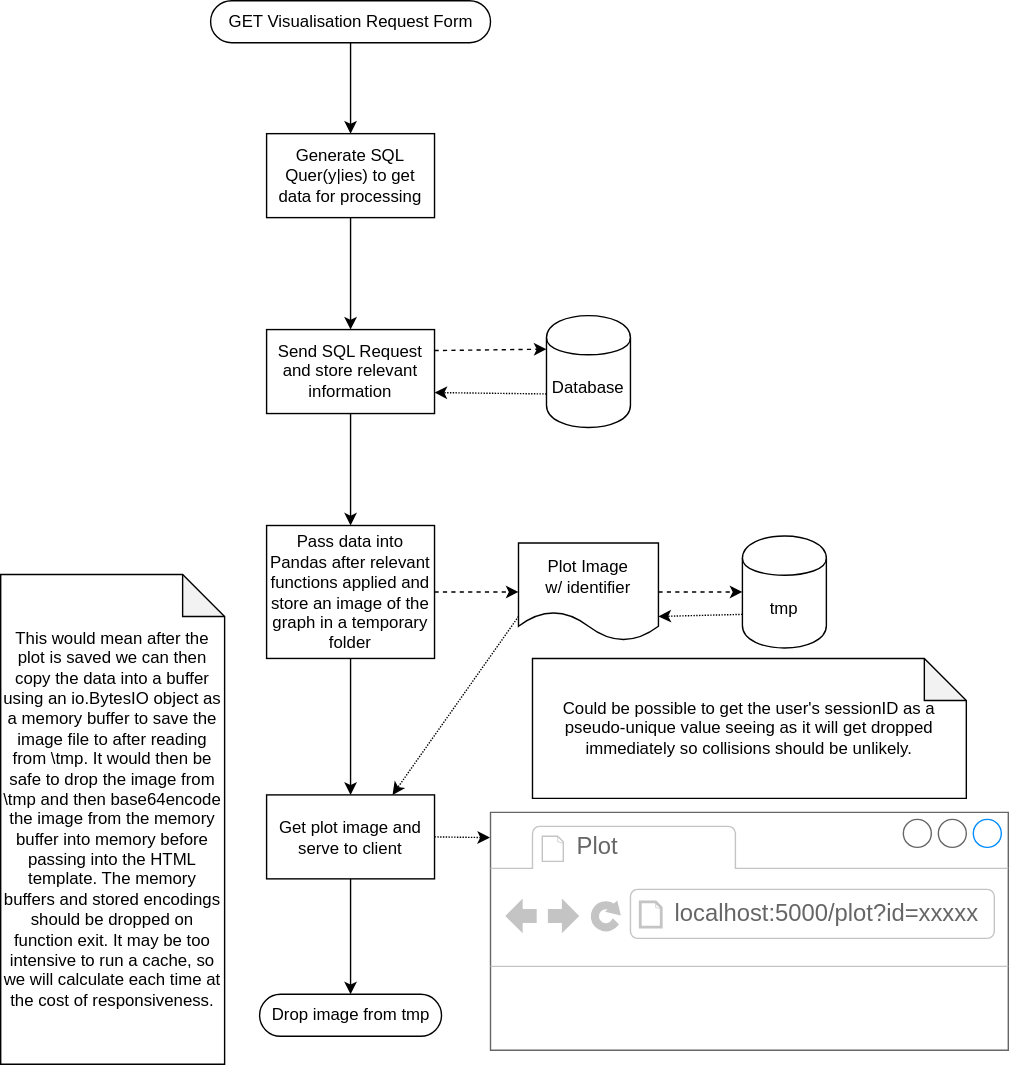
The draw.io diagram serve_visualisations_diagram.drawio.svg in abstralexis/ALevelDataScience, before a commit. Source tidied: cells renumbered, new cells last; positions are measured from the earlier drawing's top-left corner, leaving out a move shared by most shapes.
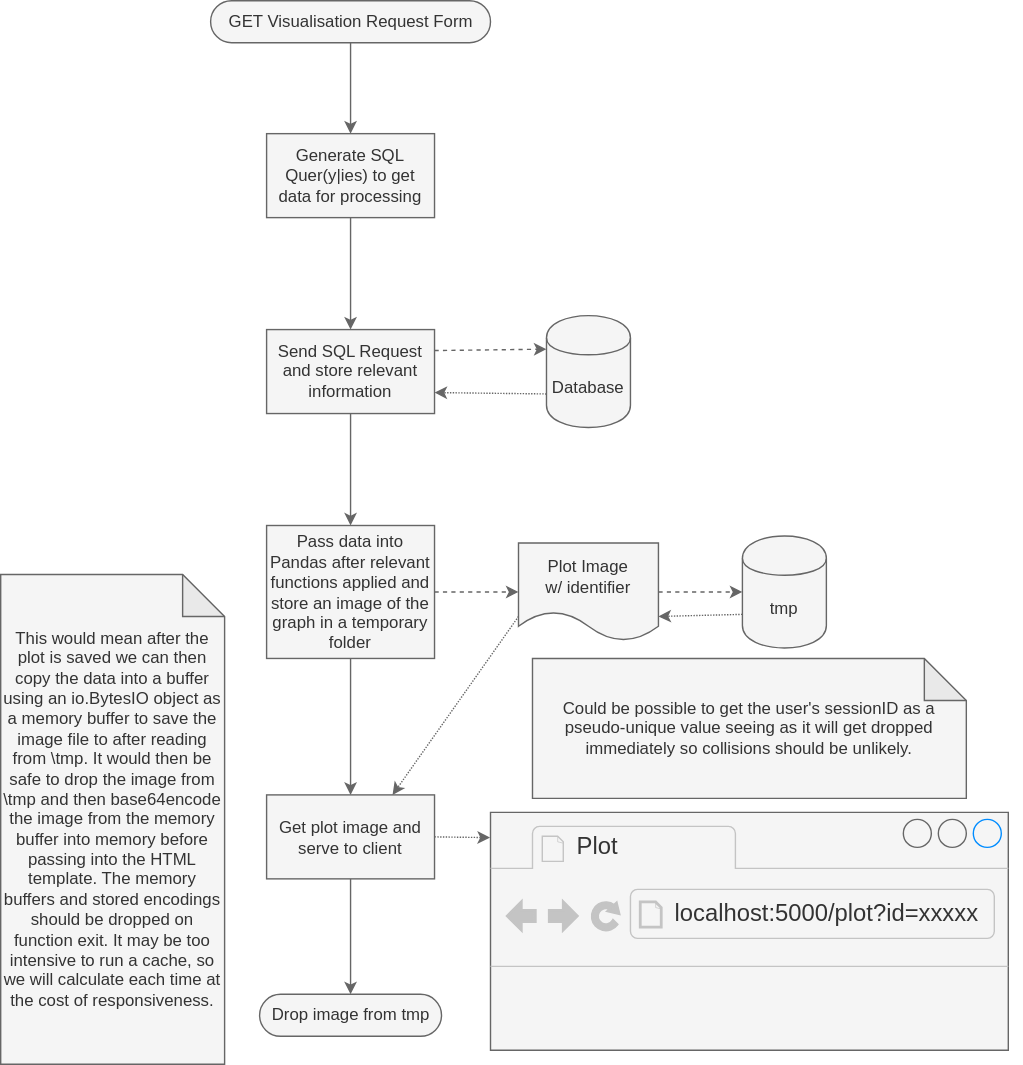
After the commit.

The edit, as a diff of the source:
```diff
@@ -2,82 +2,82 @@
   <root>
     <mxCell id="0" />
     <mxCell id="1" parent="0" />
-    <mxCell id="2" style="edgeStyle=none;html=1;" parent="1" edge="1" source="3" target="5">
+    <mxCell id="2" style="edgeStyle=none;html=1;fillColor=#f5f5f5;strokeColor=#666666;" parent="1" edge="1" source="3" target="5">
       <mxGeometry relative="1" as="geometry" />
     </mxCell>
-    <mxCell id="3" value="GET Visualisation Request Form" style="html=1;dashed=0;whitespace=wrap;shape=mxgraph.dfd.start;" parent="1" vertex="1">
+    <mxCell id="3" value="GET Visualisation Request Form" style="html=1;dashed=0;whitespace=wrap;shape=mxgraph.dfd.start;fillColor=#f5f5f5;fontColor=#333333;strokeColor=#666666;" parent="1" vertex="1">
       <mxGeometry x="150" width="200" height="30" as="geometry" />
     </mxCell>
-    <mxCell id="4" style="edgeStyle=none;html=1;" parent="1" edge="1" source="5" target="8">
+    <mxCell id="4" style="edgeStyle=none;html=1;fillColor=#f5f5f5;strokeColor=#666666;" parent="1" edge="1" source="5" target="8">
       <mxGeometry relative="1" as="geometry" />
     </mxCell>
-    <mxCell id="5" value="Generate SQL Quer(y|ies) to get data for processing" style="whiteSpace=wrap;html=1;dashed=0;" parent="1" vertex="1">
+    <mxCell id="5" value="Generate SQL Quer(y|ies) to get data for processing" style="whiteSpace=wrap;html=1;dashed=0;fillColor=#f5f5f5;fontColor=#333333;strokeColor=#666666;" parent="1" vertex="1">
       <mxGeometry x="190" y="95" width="120" height="60" as="geometry" />
     </mxCell>
-    <mxCell id="6" style="edgeStyle=none;html=1;exitX=1;exitY=0.25;exitDx=0;exitDy=0;entryX=0;entryY=0.3;entryDx=0;entryDy=0;dashed=1;" parent="1" edge="1" source="8" target="10">
+    <mxCell id="6" style="edgeStyle=none;html=1;exitX=1;exitY=0.25;exitDx=0;exitDy=0;entryX=0;entryY=0.3;entryDx=0;entryDy=0;dashed=1;fillColor=#f5f5f5;strokeColor=#666666;" parent="1" edge="1" source="8" target="10">
       <mxGeometry relative="1" as="geometry" />
     </mxCell>
-    <mxCell id="7" style="edgeStyle=none;html=1;" parent="1" edge="1" source="8" target="13">
+    <mxCell id="7" style="edgeStyle=none;html=1;fillColor=#f5f5f5;strokeColor=#666666;" parent="1" edge="1" source="8" target="13">
       <mxGeometry relative="1" as="geometry" />
     </mxCell>
-    <mxCell id="8" value="Send SQL Request and store relevant information" style="whiteSpace=wrap;html=1;dashed=0;" parent="1" vertex="1">
+    <mxCell id="8" value="Send SQL Request and store relevant information" style="whiteSpace=wrap;html=1;dashed=0;fillColor=#f5f5f5;fontColor=#333333;strokeColor=#666666;" parent="1" vertex="1">
       <mxGeometry x="190" y="235" width="120" height="60" as="geometry" />
     </mxCell>
-    <mxCell id="9" style="edgeStyle=none;html=1;exitX=0;exitY=0.7;exitDx=0;exitDy=0;entryX=1;entryY=0.75;entryDx=0;entryDy=0;dashed=1;dashPattern=1 1;" parent="1" edge="1" source="10" target="8">
+    <mxCell id="9" style="edgeStyle=none;html=1;exitX=0;exitY=0.7;exitDx=0;exitDy=0;entryX=1;entryY=0.75;entryDx=0;entryDy=0;dashed=1;dashPattern=1 1;fillColor=#f5f5f5;strokeColor=#666666;" parent="1" edge="1" source="10" target="8">
       <mxGeometry relative="1" as="geometry" />
     </mxCell>
-    <mxCell id="10" value="Database" style="shape=cylinder;whiteSpace=wrap;html=1;boundedLbl=1;backgroundOutline=1;" parent="1" vertex="1">
+    <mxCell id="10" value="Database" style="shape=cylinder;whiteSpace=wrap;html=1;boundedLbl=1;backgroundOutline=1;fillColor=#f5f5f5;fontColor=#333333;strokeColor=#666666;" parent="1" vertex="1">
       <mxGeometry x="390" y="225" width="60" height="80" as="geometry" />
     </mxCell>
-    <mxCell id="11" style="edgeStyle=none;html=1;exitX=1;exitY=0.5;exitDx=0;exitDy=0;entryX=0;entryY=0.5;entryDx=0;entryDy=0;dashed=1;" parent="1" edge="1" source="13" target="18">
+    <mxCell id="11" style="edgeStyle=none;html=1;exitX=1;exitY=0.5;exitDx=0;exitDy=0;entryX=0;entryY=0.5;entryDx=0;entryDy=0;dashed=1;fillColor=#f5f5f5;strokeColor=#666666;" parent="1" edge="1" source="13" target="18">
       <mxGeometry relative="1" as="geometry" />
     </mxCell>
-    <mxCell id="12" style="edgeStyle=none;html=1;" parent="1" edge="1" source="13" target="21">
+    <mxCell id="12" style="edgeStyle=none;html=1;fillColor=#f5f5f5;strokeColor=#666666;" parent="1" edge="1" source="13" target="21">
       <mxGeometry relative="1" as="geometry" />
     </mxCell>
-    <mxCell id="13" value="Pass data into Pandas after relevant functions applied and store an image of the graph in a temporary folder" style="whiteSpace=wrap;html=1;dashed=0;" parent="1" vertex="1">
+    <mxCell id="13" value="Pass data into Pandas after relevant functions applied and store an image of the graph in a temporary folder" style="whiteSpace=wrap;html=1;dashed=0;fillColor=#f5f5f5;fontColor=#333333;strokeColor=#666666;" parent="1" vertex="1">
       <mxGeometry x="190" y="375" width="120" height="95" as="geometry" />
     </mxCell>
-    <mxCell id="14" style="edgeStyle=none;html=1;exitX=0;exitY=0.7;exitDx=0;exitDy=0;entryX=1;entryY=0.75;entryDx=0;entryDy=0;dashed=1;dashPattern=1 1;" parent="1" edge="1" source="15" target="18">
+    <mxCell id="14" style="edgeStyle=none;html=1;exitX=0;exitY=0.7;exitDx=0;exitDy=0;entryX=1;entryY=0.75;entryDx=0;entryDy=0;dashed=1;dashPattern=1 1;fillColor=#f5f5f5;strokeColor=#666666;" parent="1" edge="1" source="15" target="18">
       <mxGeometry relative="1" as="geometry" />
     </mxCell>
-    <mxCell id="15" value="tmp" style="shape=cylinder;whiteSpace=wrap;html=1;boundedLbl=1;backgroundOutline=1;" parent="1" vertex="1">
+    <mxCell id="15" value="tmp" style="shape=cylinder;whiteSpace=wrap;html=1;boundedLbl=1;backgroundOutline=1;fillColor=#f5f5f5;fontColor=#333333;strokeColor=#666666;" parent="1" vertex="1">
       <mxGeometry x="530" y="382.5" width="60" height="80" as="geometry" />
     </mxCell>
-    <mxCell id="16" style="edgeStyle=none;html=1;exitX=1;exitY=0.5;exitDx=0;exitDy=0;entryX=0;entryY=0.5;entryDx=0;entryDy=0;dashed=1;" parent="1" edge="1" source="18" target="15">
+    <mxCell id="16" style="edgeStyle=none;html=1;exitX=1;exitY=0.5;exitDx=0;exitDy=0;entryX=0;entryY=0.5;entryDx=0;entryDy=0;dashed=1;fillColor=#f5f5f5;strokeColor=#666666;" parent="1" edge="1" source="18" target="15">
       <mxGeometry relative="1" as="geometry" />
     </mxCell>
-    <mxCell id="17" style="edgeStyle=none;html=1;exitX=0;exitY=0.75;exitDx=0;exitDy=0;entryX=0.75;entryY=0;entryDx=0;entryDy=0;dashed=1;dashPattern=1 1;" parent="1" edge="1" source="18" target="21">
+    <mxCell id="17" style="edgeStyle=none;html=1;exitX=0;exitY=0.75;exitDx=0;exitDy=0;entryX=0.75;entryY=0;entryDx=0;entryDy=0;dashed=1;dashPattern=1 1;fillColor=#f5f5f5;strokeColor=#666666;" parent="1" edge="1" source="18" target="21">
       <mxGeometry relative="1" as="geometry" />
     </mxCell>
-    <mxCell id="18" value="Plot Image&lt;br&gt;w/ identifier" style="shape=document;whiteSpace=wrap;html=1;boundedLbl=1;dashed=0;flipH=1;" parent="1" vertex="1">
+    <mxCell id="18" value="Plot Image&lt;br&gt;w/ identifier" style="shape=document;whiteSpace=wrap;html=1;boundedLbl=1;dashed=0;flipH=1;fillColor=#f5f5f5;fontColor=#333333;strokeColor=#666666;" parent="1" vertex="1">
       <mxGeometry x="370" y="387.5" width="100" height="70" as="geometry" />
     </mxCell>
-    <mxCell id="19" style="edgeStyle=none;html=1;exitX=1;exitY=0.5;exitDx=0;exitDy=0;entryX=-0.001;entryY=0.106;entryDx=0;entryDy=0;entryPerimeter=0;dashed=1;dashPattern=1 1;" parent="1" edge="1" source="21" target="22">
+    <mxCell id="19" style="edgeStyle=none;html=1;exitX=1;exitY=0.5;exitDx=0;exitDy=0;entryX=-0.001;entryY=0.106;entryDx=0;entryDy=0;entryPerimeter=0;dashed=1;dashPattern=1 1;fillColor=#f5f5f5;strokeColor=#666666;" parent="1" edge="1" source="21" target="22">
       <mxGeometry relative="1" as="geometry" />
     </mxCell>
-    <mxCell id="20" style="edgeStyle=none;html=1;exitX=0.5;exitY=1;exitDx=0;exitDy=0;" parent="1" edge="1" source="21" target="25">
+    <mxCell id="20" style="edgeStyle=none;html=1;exitX=0.5;exitY=1;exitDx=0;exitDy=0;fillColor=#f5f5f5;strokeColor=#666666;" parent="1" edge="1" source="21" target="25">
       <mxGeometry relative="1" as="geometry" />
     </mxCell>
-    <mxCell id="21" value="Get plot image and serve to client" style="whiteSpace=wrap;html=1;dashed=0;" parent="1" vertex="1">
+    <mxCell id="21" value="Get plot image and serve to client" style="whiteSpace=wrap;html=1;dashed=0;fillColor=#f5f5f5;fontColor=#333333;strokeColor=#666666;" parent="1" vertex="1">
       <mxGeometry x="190" y="567.5" width="120" height="60" as="geometry" />
     </mxCell>
-    <mxCell id="22" style="strokeWidth=1;shadow=0;dashed=0;align=center;html=1;shape=mxgraph.mockup.containers.browserWindow;rSize=0;strokeColor=#666666;strokeColor2=#008cff;strokeColor3=#c4c4c4;mainText=,;" parent="1" vertex="1">
+    <mxCell id="22" style="strokeWidth=1;shadow=0;dashed=0;align=center;html=1;shape=mxgraph.mockup.containers.browserWindow;rSize=0;strokeColor=#666666;strokeColor2=#008cff;strokeColor3=#c4c4c4;mainText=,;fillColor=#f5f5f5;fontColor=#333333;" parent="1" vertex="1">
       <mxGeometry x="350" y="580" width="370" height="170" as="geometry" />
     </mxCell>
-    <mxCell id="23" value="Plot" style="strokeWidth=1;shadow=0;dashed=0;align=center;html=1;shape=mxgraph.mockup.containers.anchor;fontSize=17;fontColor=#666666;align=left;" parent="22" vertex="1">
+    <mxCell id="23" value="Plot" style="strokeWidth=1;shadow=0;dashed=0;align=center;html=1;shape=mxgraph.mockup.containers.anchor;fontSize=17;fontColor=#333333;align=left;fillColor=#f5f5f5;strokeColor=#666666;" parent="22" vertex="1">
       <mxGeometry x="60" y="12" width="110" height="26" as="geometry" />
     </mxCell>
-    <mxCell id="24" value="localhost:5000/plot?id=xxxxx" style="strokeWidth=1;shadow=0;dashed=0;align=center;html=1;shape=mxgraph.mockup.containers.anchor;rSize=0;fontSize=17;fontColor=#666666;align=left;" parent="22" vertex="1">
+    <mxCell id="24" value="localhost:5000/plot?id=xxxxx" style="strokeWidth=1;shadow=0;dashed=0;align=center;html=1;shape=mxgraph.mockup.containers.anchor;rSize=0;fontSize=17;fontColor=#333333;align=left;fillColor=#f5f5f5;strokeColor=#666666;" parent="22" vertex="1">
       <mxGeometry x="130" y="60" width="250" height="26" as="geometry" />
     </mxCell>
-    <mxCell id="25" value="Drop image from tmp" style="html=1;dashed=0;whitespace=wrap;shape=mxgraph.dfd.start;" parent="1" vertex="1">
+    <mxCell id="25" value="Drop image from tmp" style="html=1;dashed=0;whitespace=wrap;shape=mxgraph.dfd.start;fillColor=#f5f5f5;fontColor=#333333;strokeColor=#666666;" parent="1" vertex="1">
       <mxGeometry x="185" y="710" width="130" height="30" as="geometry" />
     </mxCell>
-    <mxCell id="26" value="Could be possible to get the user's sessionID as a pseudo-unique value seeing as it will get dropped immediately so collisions should be unlikely." style="shape=note;whiteSpace=wrap;html=1;backgroundOutline=1;darkOpacity=0.05;" parent="1" vertex="1">
+    <mxCell id="26" value="Could be possible to get the user's sessionID as a pseudo-unique value seeing as it will get dropped immediately so collisions should be unlikely." style="shape=note;whiteSpace=wrap;html=1;backgroundOutline=1;darkOpacity=0.05;fillColor=#f5f5f5;fontColor=#333333;strokeColor=#666666;" parent="1" vertex="1">
       <mxGeometry x="380" y="470" width="310" height="100" as="geometry" />
     </mxCell>
-    <mxCell id="27" value="This would mean after the plot is saved we can then copy the data into a buffer using an io.BytesIO object as a memory buffer to save the image file to after reading from \tmp. It would then be safe to drop the image from \tmp and then base64encode the image from the memory buffer into memory before passing into the HTML template. The memory buffers and stored encodings should be dropped on function exit. It may be too intensive to run a cache, so we will calculate each time at the cost of responsiveness." style="shape=note;whiteSpace=wrap;html=1;backgroundOutline=1;darkOpacity=0.05;" parent="1" vertex="1">
+    <mxCell id="27" value="This would mean after the plot is saved we can then copy the data into a buffer using an io.BytesIO object as a memory buffer to save the image file to after reading from \tmp. It would then be safe to drop the image from \tmp and then base64encode the image from the memory buffer into memory before passing into the HTML template. The memory buffers and stored encodings should be dropped on function exit. It may be too intensive to run a cache, so we will calculate each time at the cost of responsiveness." style="shape=note;whiteSpace=wrap;html=1;backgroundOutline=1;darkOpacity=0.05;fillColor=#f5f5f5;fontColor=#333333;strokeColor=#666666;" parent="1" vertex="1">
       <mxGeometry y="410" width="160" height="350" as="geometry" />
     </mxCell>
   </root>
```
